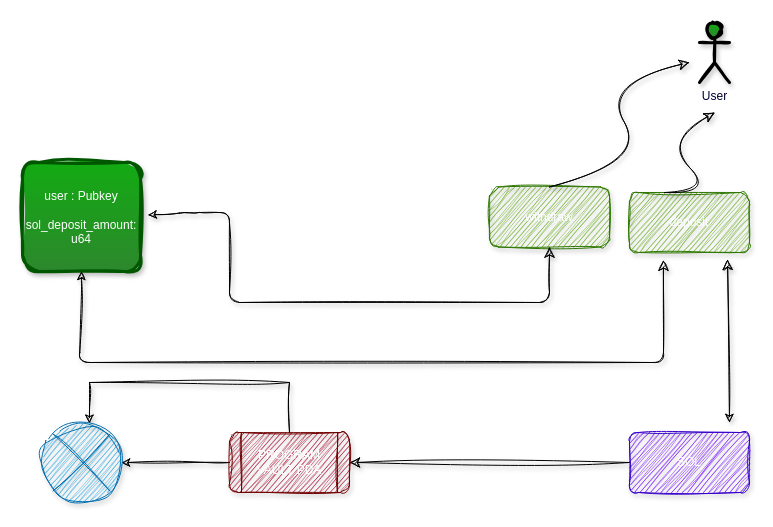
Earlier version of the draw.io diagram page "Arcitechtural_Diagram" (1 of 4) of burhankhaja_/prima_uccisione/Arc/prima_uccisiano.drawio (mirmohmmadluqman/Web3HandsOn). Source tidied: cells renumbered, new cells numbered last; positions are measured from the earlier drawing's top-left corner, leaving out a move shared by most shapes. Both pictures are drawn from the tidied source at 100%, with x=0, y=0 at pixel (22, 22).
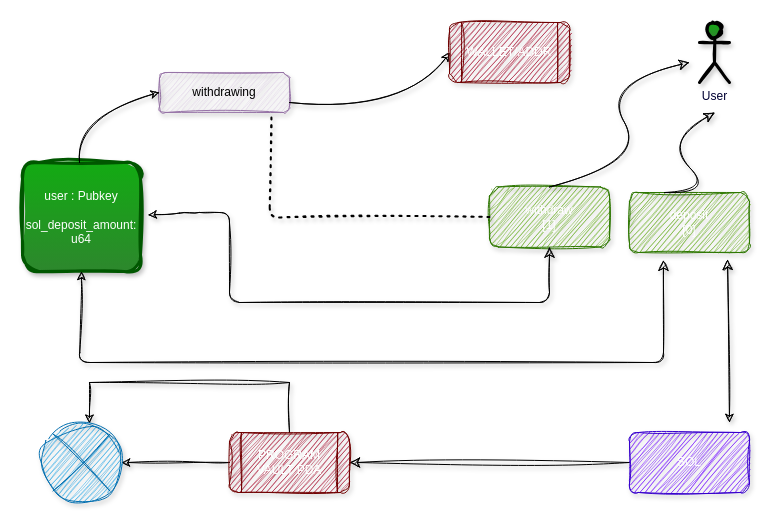
The same diagram, later.

What changed in the source:
```diff
@@
-    <mxCell id="3" value="deposit" style="whiteSpace=wrap;html=1;verticalAlign=middle;rounded=1;sketch=1;curveFitting=1;jiggle=2;glass=0;shadow=1;fillColor=#60a917;strokeColor=#2D7600;fontColor=#ffffff;" parent="1" vertex="1">
+    <mxCell id="3" value="deposit&lt;br&gt;[0]" style="whiteSpace=wrap;html=1;verticalAlign=middle;rounded=1;sketch=1;curveFitting=1;jiggle=2;glass=0;shadow=1;fillColor=#60a917;strokeColor=#2D7600;fontColor=#ffffff;" parent="1" vertex="1">
       <mxGeometry x="607" y="170" width="120" height="60" as="geometry" />
     </mxCell>
@@
-    <mxCell id="14" value="withdraw" style="whiteSpace=wrap;html=1;verticalAlign=middle;rounded=1;sketch=1;curveFitting=1;jiggle=2;glass=0;shadow=1;fillColor=#60a917;fontColor=#ffffff;strokeColor=#2D7600;gradientColor=none;" parent="1" vertex="1">
+    <mxCell id="14" value="withdraw&lt;br&gt;[1]" style="whiteSpace=wrap;html=1;verticalAlign=middle;rounded=1;sketch=1;curveFitting=1;jiggle=2;glass=0;shadow=1;fillColor=#60a917;fontColor=#ffffff;strokeColor=#2D7600;gradientColor=none;" parent="1" vertex="1">
       <mxGeometry x="467" y="164.5" width="120" height="60" as="geometry" />
     </mxCell>
@@
+    <mxCell id="17" value="withdrawing" style="whiteSpace=wrap;html=1;verticalAlign=middle;rounded=1;sketch=1;curveFitting=1;jiggle=2;glass=0;shadow=1;fillColor=#e1d5e7;strokeColor=#9673a6;" parent="1" vertex="1">
+      <mxGeometry x="137" y="50" width="130" height="40" as="geometry" />
+    </mxCell>
+    <mxCell id="18" style="curved=1;endArrow=classic;html=1;entryX=0;entryY=0.5;entryDx=0;entryDy=0;sketch=1;curveFitting=1;jiggle=2;shadow=1;" parent="1" edge="1" target="17">
+      <mxGeometry relative="1" as="geometry">
+        <mxPoint x="57" y="140" as="sourcePoint" />
+        <Array as="points">
+          <mxPoint x="57" y="90" />
+        </Array>
+      </mxGeometry>
+    </mxCell>
+    <mxCell id="19" style="curved=1;endArrow=classic;html=1;sketch=1;curveFitting=1;jiggle=2;shadow=1;entryX=0;entryY=0.5;entryDx=0;entryDy=0;" parent="1" edge="1" target="20">
+      <mxGeometry relative="1" as="geometry">
+        <mxPoint x="267" y="80" as="sourcePoint" />
+        <Array as="points">
+          <mxPoint x="387" y="90" />
+        </Array>
+      </mxGeometry>
+    </mxCell>
+    <mxCell id="20" value="WALLET/ADDR" style="shape=process;whiteSpace=wrap;html=1;backgroundOutline=1;rounded=1;fillColor=#a20025;fontColor=#ffffff;strokeColor=#6F0000;shadow=1;sketch=1;curveFitting=1;jiggle=2;" parent="1" vertex="1">
+      <mxGeometry x="427" width="120" height="60" as="geometry" />
+    </mxCell>
+    <mxCell id="21" style="endArrow=none;dashed=1;html=1;dashPattern=1 3;strokeWidth=2;shadow=1;sketch=1;entryX=0;entryY=0.5;entryDx=0;entryDy=0;exitX=0.861;exitY=1.123;exitDx=0;exitDy=0;exitPerimeter=0;" parent="1" edge="1" source="17" target="14">
+      <mxGeometry relative="1" as="geometry">
+        <Array as="points">
+          <mxPoint x="247" y="195" />
+        </Array>
+      </mxGeometry>
+    </mxCell>
```
